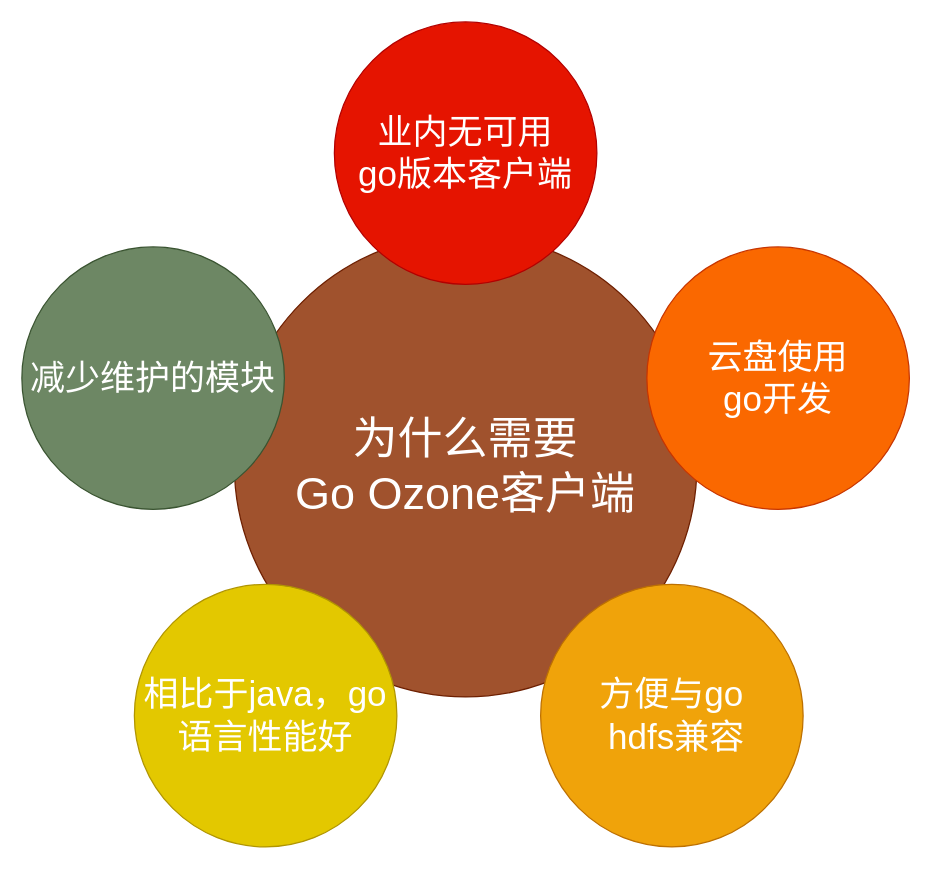
Mengqi777/drawioproject keeps this draw.io diagram as ozone/whygoozoneDiagram.drawio. Above is the earlier version. Source tidied: cells renumbered, new cells numbered last; positions are measured from the earlier drawing's top-left corner, leaving out a move shared by most shapes. Both pictures are drawn from the tidied source at 125%, with x=0, y=0 at pixel (21, 21).
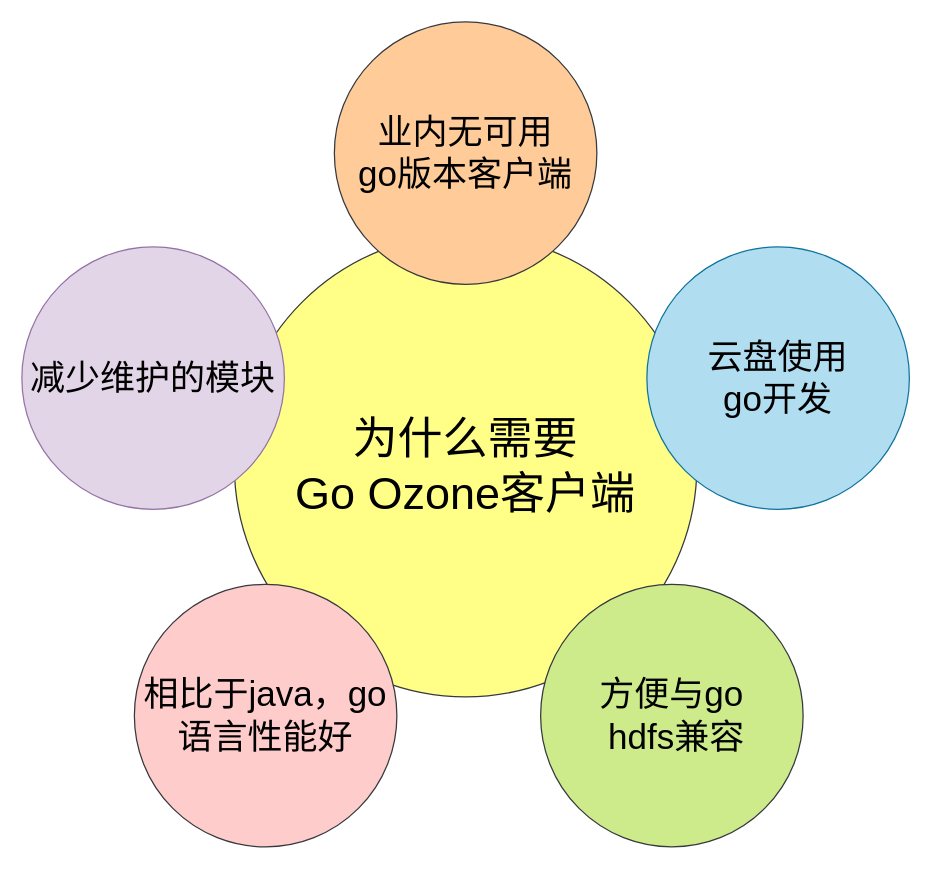
The same diagram, later.

The edit, as a diff of the source:
```diff
@@
 <mxGraphModel>
   <root>
     <mxCell id="0" />
     <mxCell id="1" parent="0" />
-    <mxCell id="2" value="&lt;font style=&quot;font-size: 36px&quot;&gt;为什么需要&lt;br&gt;Go Ozone客户端&lt;/font&gt;" style="ellipse;whiteSpace=wrap;html=1;fillColor=#a0522d;strokeColor=#6D1F00;fontSize=28;fontColor=#ffffff;" parent="1" vertex="1">
+    <mxCell id="2" value="&lt;font style=&quot;font-size: 36px&quot;&gt;为什么需要&lt;br&gt;Go Ozone客户端&lt;/font&gt;" style="ellipse;whiteSpace=wrap;html=1;fillColor=#ffff88;fontSize=28;strokeColor=#36393d;" parent="1" vertex="1">
       <mxGeometry x="170" y="170" width="370" height="370" as="geometry" />
     </mxCell>
-    <mxCell id="3" value="云盘使用&lt;br&gt;go开发" style="ellipse;whiteSpace=wrap;html=1;fillColor=#fa6800;fontSize=28;strokeColor=#C73500;fontColor=#ffffff;" parent="1" vertex="1">
+    <mxCell id="3" value="云盘使用&lt;br&gt;go开发" style="ellipse;whiteSpace=wrap;html=1;fillColor=#b1ddf0;fontSize=28;strokeColor=#10739e;" parent="1" vertex="1">
       <mxGeometry x="500" y="180" width="210" height="210" as="geometry" />
     </mxCell>
-    <mxCell id="4" value="方便与go&lt;br&gt;&amp;nbsp;hdfs兼容" style="ellipse;whiteSpace=wrap;html=1;fillColor=#f0a30a;fontSize=28;strokeColor=#BD7000;fontColor=#ffffff;" parent="1" vertex="1">
+    <mxCell id="4" value="方便与go&lt;br&gt;&amp;nbsp;hdfs兼容" style="ellipse;whiteSpace=wrap;html=1;fillColor=#cdeb8b;fontSize=28;strokeColor=#36393d;" parent="1" vertex="1">
       <mxGeometry x="415" y="450" width="210" height="210" as="geometry" />
     </mxCell>
-    <mxCell id="5" value="减少维护的模块" style="ellipse;whiteSpace=wrap;html=1;fillColor=#6d8764;fontSize=28;strokeColor=#3A5431;fontColor=#ffffff;" parent="1" vertex="1">
+    <mxCell id="5" value="减少维护的模块" style="ellipse;whiteSpace=wrap;html=1;fillColor=#e1d5e7;fontSize=28;strokeColor=#9673a6;" parent="1" vertex="1">
       <mxGeometry y="180" width="210" height="210" as="geometry" />
     </mxCell>
-    <mxCell id="6" value="相比于java，go语言性能好" style="ellipse;whiteSpace=wrap;html=1;fillColor=#e3c800;fontSize=28;strokeColor=#B09500;fontColor=#ffffff;" parent="1" vertex="1">
+    <mxCell id="6" value="相比于java，go语言性能好" style="ellipse;whiteSpace=wrap;html=1;fillColor=#ffcccc;fontSize=28;strokeColor=#36393d;" parent="1" vertex="1">
       <mxGeometry x="90" y="450" width="210" height="210" as="geometry" />
     </mxCell>
-    <mxCell id="7" value="业内无可用&lt;br&gt;go版本客户端" style="ellipse;whiteSpace=wrap;html=1;fillColor=#e51400;fontSize=28;strokeColor=#B20000;fontColor=#ffffff;" parent="1" vertex="1">
+    <mxCell id="7" value="业内无可用&lt;br&gt;go版本客户端" style="ellipse;whiteSpace=wrap;html=1;fillColor=#ffcc99;fontSize=28;strokeColor=#36393d;" parent="1" vertex="1">
       <mxGeometry x="250" width="210" height="210" as="geometry" />
     </mxCell>
   </root>
 </mxGraphModel>
```
